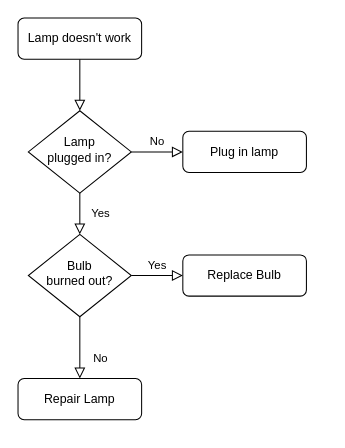
Earlier version of the draw.io diagram Untitled Diagram.drawio (genomic-medicine-sweden/poppy). Source tidied: cells renumbered, new cells numbered last; positions are measured from the earlier drawing's top-left corner, leaving out a move shared by most shapes. Both pictures are drawn from the tidied source at 103%, with x=0, y=0 at pixel (18, 18).
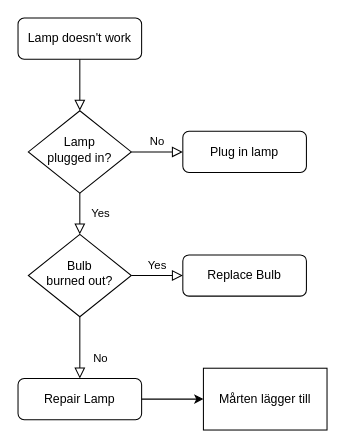
After the change.

The edit, as a diff of the source:
```diff
@@
 <mxGraphModel>
   <root>
     <mxCell id="0" />
     <mxCell id="1" parent="0" />
     <mxCell id="2" style="rounded=0;html=1;jettySize=auto;fontSize=11;endArrow=block;endFill=0;endSize=8;strokeWidth=1;shadow=0;labelBackgroundColor=none;edgeStyle=orthogonalEdgeStyle;" parent="1" edge="1" source="3" target="6">
       <mxGeometry relative="1" as="geometry" />
     </mxCell>
     <mxCell id="3" value="Lamp doesn't work" style="rounded=1;whiteSpace=wrap;html=1;fontSize=12;glass=0;strokeWidth=1;shadow=0;" parent="1" vertex="1">
       <mxGeometry width="120" height="40" as="geometry" />
     </mxCell>
     <mxCell id="4" value="Yes" style="rounded=0;html=1;jettySize=auto;fontSize=11;endArrow=block;endFill=0;endSize=8;strokeWidth=1;shadow=0;labelBackgroundColor=none;edgeStyle=orthogonalEdgeStyle;" parent="1" edge="1" source="6" target="10">
       <mxGeometry y="20" relative="1" as="geometry" />
     </mxCell>
     <mxCell id="5" value="No" style="edgeStyle=orthogonalEdgeStyle;rounded=0;html=1;jettySize=auto;fontSize=11;endArrow=block;endFill=0;endSize=8;strokeWidth=1;shadow=0;labelBackgroundColor=none;" parent="1" edge="1" source="6" target="7">
       <mxGeometry y="10" relative="1" as="geometry" />
     </mxCell>
     <mxCell id="6" value="Lamp&lt;br&gt;plugged in?" style="rhombus;whiteSpace=wrap;html=1;shadow=0;fontFamily=Helvetica;fontSize=12;align=center;strokeWidth=1;spacing=6;spacingTop=-4;" parent="1" vertex="1">
       <mxGeometry x="10" y="90" width="100" height="80" as="geometry" />
     </mxCell>
     <mxCell id="7" value="Plug in lamp" style="rounded=1;whiteSpace=wrap;html=1;fontSize=12;glass=0;strokeWidth=1;shadow=0;" parent="1" vertex="1">
       <mxGeometry x="160" y="110" width="120" height="40" as="geometry" />
     </mxCell>
     <mxCell id="8" value="No" style="rounded=0;html=1;jettySize=auto;fontSize=11;endArrow=block;endFill=0;endSize=8;strokeWidth=1;shadow=0;labelBackgroundColor=none;edgeStyle=orthogonalEdgeStyle;" parent="1" edge="1" source="10" target="11">
       <mxGeometry x="0.33" y="20" relative="1" as="geometry" />
     </mxCell>
     <mxCell id="9" value="Yes" style="edgeStyle=orthogonalEdgeStyle;rounded=0;html=1;jettySize=auto;fontSize=11;endArrow=block;endFill=0;endSize=8;strokeWidth=1;shadow=0;labelBackgroundColor=none;" parent="1" edge="1" source="10" target="12">
       <mxGeometry y="10" relative="1" as="geometry" />
     </mxCell>
     <mxCell id="10" value="Bulb&lt;br&gt;burned out?" style="rhombus;whiteSpace=wrap;html=1;shadow=0;fontFamily=Helvetica;fontSize=12;align=center;strokeWidth=1;spacing=6;spacingTop=-4;" parent="1" vertex="1">
       <mxGeometry x="10" y="210" width="100" height="80" as="geometry" />
     </mxCell>
+    <mxCell id="13" style="edgeStyle=orthogonalEdgeStyle;rounded=0;jettySize=auto;html=1;" parent="1" edge="1" source="11" target="14">
+      <mxGeometry relative="1" as="geometry" />
+    </mxCell>
     <mxCell id="11" value="Repair Lamp" style="rounded=1;whiteSpace=wrap;html=1;fontSize=12;glass=0;strokeWidth=1;shadow=0;" parent="1" vertex="1">
       <mxGeometry y="350" width="120" height="40" as="geometry" />
     </mxCell>
     <mxCell id="12" value="Replace Bulb" style="rounded=1;whiteSpace=wrap;html=1;fontSize=12;glass=0;strokeWidth=1;shadow=0;" parent="1" vertex="1">
       <mxGeometry x="160" y="230" width="120" height="40" as="geometry" />
     </mxCell>
+    <mxCell id="14" value="Mårten lägger till" style="whiteSpace=wrap;html=1;" parent="1" vertex="1">
+      <mxGeometry x="180" y="340" width="120" height="60" as="geometry" />
+    </mxCell>
   </root>
 </mxGraphModel>
```
